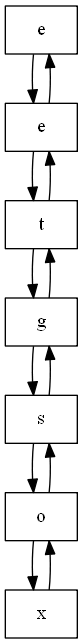
The Graphviz diagram FichasDeJugador1.png in AdriGomez95/EDD_1S2020_PY1_201504236-master, before a commit. Its source is kept beside it as FichasDeJugador1.dot.
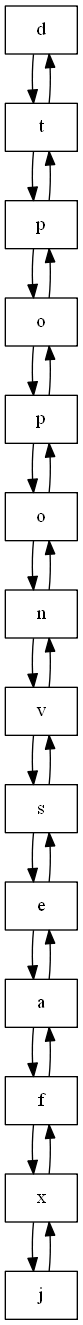
After the change.

Diff of the diagram source:
```diff
@@ -1,9 +1,16 @@
 digraph G{
-node0[shape = record,label = "e"];
-node1[shape = record,label = "e"];
-node2[shape = record,label = "t"];
-node3[shape = record,label = "g"];
-node4[shape = record,label = "s"];
+node0[shape = record,label = "d"];
+node1[shape = record,label = "t"];
+node2[shape = record,label = "p"];
+node3[shape = record,label = "o"];
+node4[shape = record,label = "p"];
 node5[shape = record,label = "o"];
-node6[shape = record,label = "x"];
-node0->node1->node2->node3->node4->node5->node6;node6->node5->node4->node3->node2->node1->node0;}
+node6[shape = record,label = "n"];
+node7[shape = record,label = "v"];
+node8[shape = record,label = "s"];
+node9[shape = record,label = "e"];
+node10[shape = record,label = "a"];
+node11[shape = record,label = "f"];
+node12[shape = record,label = "x"];
+node13[shape = record,label = "j"];
+node0->node1->node2->node3->node4->node5->node6->node7->node8->node9->node10->node11->node12->node13;node13->node12->node11->node10->node9->node8->node7->node6->node5->node4->node3->node2->node1->node0;}
```
